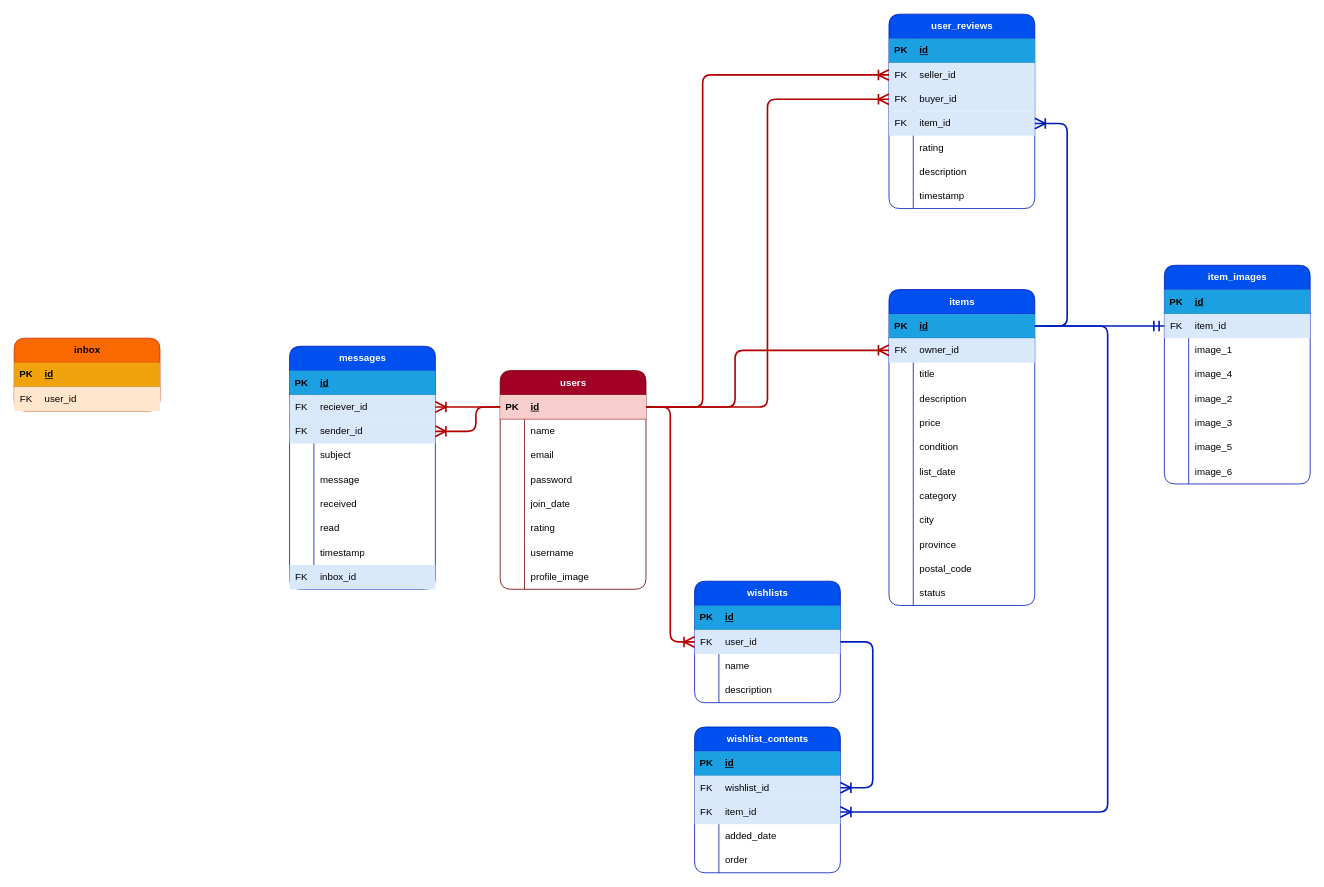
The draw.io diagram _auxiliary/erd_diagram/JX_DB_diagram.drawio in AlexTamayo/JX, before the edit. Source tidied: cells renumbered, new cells numbered last; positions are measured from the earlier drawing's top-left corner, leaving out a move shared by most shapes. Both pictures are drawn from the tidied source at 81%, with x=0, y=0 at pixel (14, 14).
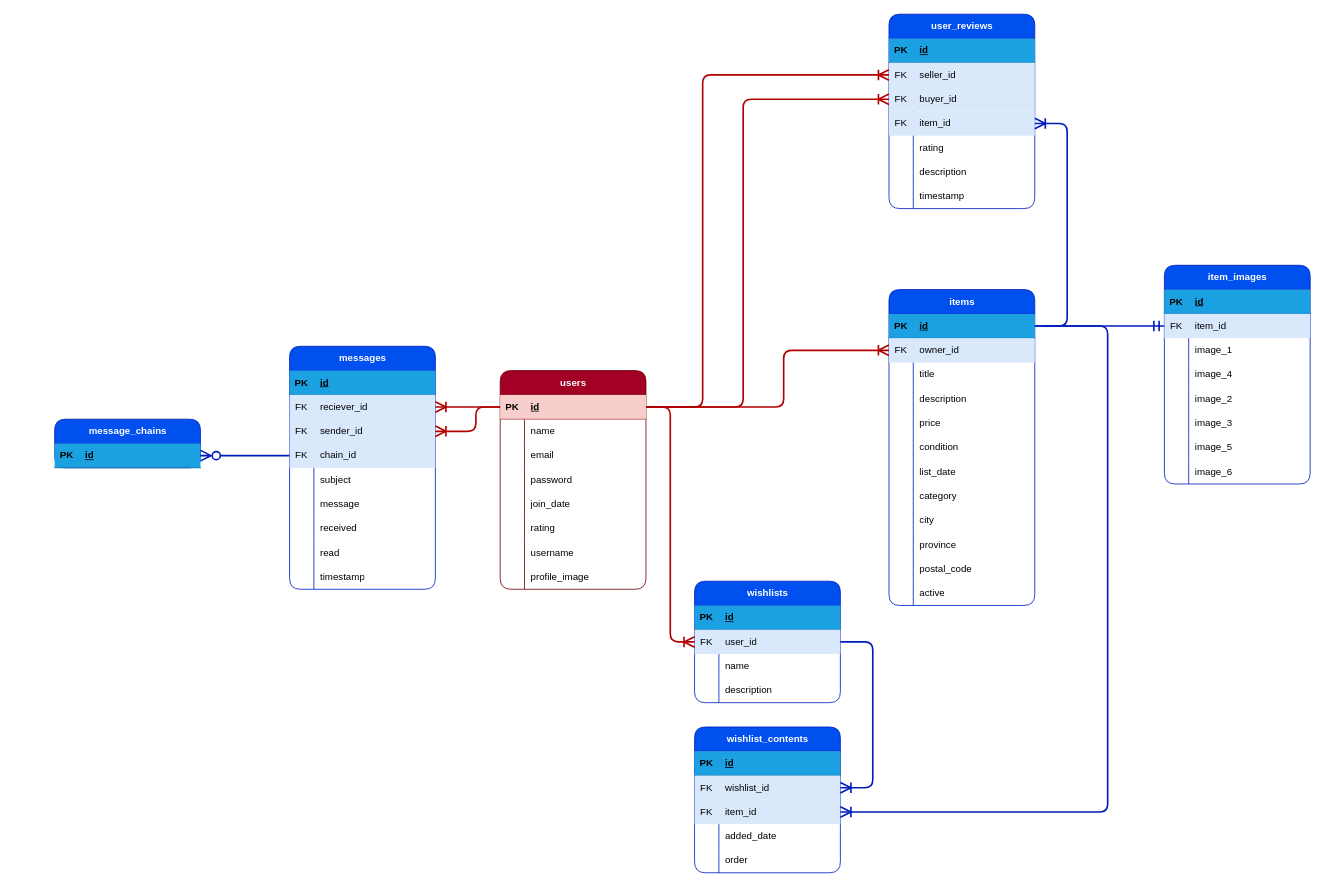
The same page after the edit.

Commit message (it also covers changes not shown here):
Change ERD schema, start SQL database declarations

The change refers to these unchanged cells:
```xml
<mxCell id="3" style="shape=tableRow;horizontal=0;startSize=0;swimlaneHead=0;swimlaneBody=0;fillColor=#f8cecc;points=[[0,0.5],[1,0.5]];portConstraint=eastwest;top=0;left=0;right=0;bottom=1;strokeColor=#b85450;" parent="2" vertex="1">
  <mxGeometry y="30" width="180" height="30" as="geometry" />
</mxCell>
<mxCell id="31" style="shape=tableRow;horizontal=0;startSize=0;swimlaneHead=0;swimlaneBody=0;fillColor=#dae8fc;points=[[0,0.5],[1,0.5]];portConstraint=eastwest;top=0;left=0;right=0;bottom=0;strokeColor=#6c8ebf;" parent="27" vertex="1">
  <mxGeometry y="60" width="180" height="30" as="geometry" />
</mxCell>
<mxCell id="61" style="shape=tableRow;horizontal=0;startSize=0;swimlaneHead=0;swimlaneBody=0;fillColor=none;top=0;left=0;right=0;bottom=0;" parent="27" vertex="1">
  <mxGeometry y="360" width="180" height="30" as="geometry" />
</mxCell>
<mxCell id="91" style="shape=tableRow;horizontal=0;startSize=0;swimlaneHead=0;swimlaneBody=0;fillColor=#dae8fc;points=[[0,0.5],[1,0.5]];portConstraint=eastwest;top=0;left=0;right=0;bottom=0;strokeColor=#6c8ebf;" parent="84" vertex="1">
  <mxGeometry y="90" width="180" height="30" as="geometry" />
</mxCell>
<mxCell id="122" value="messages" style="shape=table;startSize=30;childLayout=tableLayout;rowLines=0;fontStyle=1;align=center;html=1;fillColor=#0050ef;fontColor=#ffffff;strokeColor=#001DBC;rounded=1;" parent="1" vertex="1">
  <mxGeometry x="340" y="410" width="180" height="300" as="geometry" />
</mxCell>
```

The edit, as a diff of the source:
```diff
@@
-    <mxCell id="63" value="status" style="shape=partialRectangle;fillColor=none;top=0;left=0;bottom=0;right=0;align=left;spacingLeft=6;overflow=hidden;whiteSpace=wrap;html=1;" parent="61" vertex="1">
+    <mxCell id="63" value="active" style="shape=partialRectangle;fillColor=none;top=0;left=0;bottom=0;right=0;align=left;spacingLeft=6;overflow=hidden;whiteSpace=wrap;html=1;" parent="61" vertex="1">
       <mxGeometry x="30" width="150" height="30" as="geometry" />
     </mxCell>
-    <mxCell id="64" value="inbox" style="shape=table;startSize=30;childLayout=tableLayout;rowLines=0;fontStyle=1;align=center;html=1;rounded=1;fillColor=#fa6800;fontColor=#000000;strokeColor=#C73500;" parent="1" vertex="1">
-      <mxGeometry y="400" width="180" height="90" as="geometry" />
-    </mxCell>
-    <mxCell id="65" style="shape=tableRow;horizontal=0;startSize=0;swimlaneHead=0;swimlaneBody=0;fillColor=#f0a30a;top=0;left=0;right=0;bottom=1;fontColor=#000000;strokeColor=#BD7000;" parent="64" vertex="1">
-      <mxGeometry y="30" width="180" height="30" as="geometry" />
-    </mxCell>
-    <mxCell id="66" value="PK" style="shape=partialRectangle;fillColor=none;top=0;left=0;bottom=0;right=0;fontStyle=1;overflow=hidden;whiteSpace=wrap;html=1;" parent="65" vertex="1">
-      <mxGeometry width="30" height="30" as="geometry" />
-    </mxCell>
-    <mxCell id="67" value="id" style="shape=partialRectangle;fillColor=none;top=0;left=0;bottom=0;right=0;align=left;spacingLeft=6;fontStyle=5;overflow=hidden;whiteSpace=wrap;html=1;" parent="65" vertex="1">
-      <mxGeometry x="30" width="150" height="30" as="geometry" />
-    </mxCell>
-    <mxCell id="68" style="shape=tableRow;horizontal=0;startSize=0;swimlaneHead=0;swimlaneBody=0;fillColor=#ffe6cc;top=0;left=0;right=0;bottom=0;strokeColor=#d79b00;" parent="64" vertex="1">
-      <mxGeometry y="60" width="180" height="30" as="geometry" />
-    </mxCell>
-    <mxCell id="69" value="FK" style="shape=partialRectangle;fillColor=none;top=0;left=0;bottom=0;right=0;overflow=hidden;whiteSpace=wrap;html=1;" parent="68" vertex="1">
-      <mxGeometry width="30" height="30" as="geometry" />
-    </mxCell>
-    <mxCell id="70" value="user_id" style="shape=partialRectangle;fillColor=none;top=0;left=0;bottom=0;right=0;align=left;spacingLeft=6;overflow=hidden;whiteSpace=wrap;html=1;" parent="68" vertex="1">
-      <mxGeometry x="30" width="150" height="30" as="geometry" />
-    </mxCell>
@@
-    <mxCell id="132" style="shape=tableRow;horizontal=0;startSize=0;swimlaneHead=0;swimlaneBody=0;fillColor=none;points=[[0,0.5],[1,0.5]];portConstraint=eastwest;top=0;left=0;right=0;bottom=0;" parent="122" vertex="1">
+    <mxCell id="132" style="shape=tableRow;horizontal=0;startSize=0;swimlaneHead=0;swimlaneBody=0;fillColor=#dae8fc;points=[[0,0.5],[1,0.5]];portConstraint=eastwest;top=0;left=0;right=0;bottom=0;strokeColor=#6c8ebf;" parent="122" vertex="1">
       <mxGeometry y="120" width="180" height="30" as="geometry" />
     </mxCell>
-    <mxCell id="133" style="shape=partialRectangle;fillColor=none;top=0;left=0;bottom=0;right=0;overflow=hidden;whiteSpace=wrap;html=1;" parent="132" vertex="1">
+    <mxCell id="133" value="FK" style="shape=partialRectangle;fillColor=none;top=0;left=0;bottom=0;right=0;overflow=hidden;whiteSpace=wrap;html=1;" parent="132" vertex="1">
       <mxGeometry width="30" height="30" as="geometry" />
     </mxCell>
-    <mxCell id="134" value="subject" style="shape=partialRectangle;fillColor=none;top=0;left=0;bottom=0;right=0;align=left;spacingLeft=6;overflow=hidden;whiteSpace=wrap;html=1;" parent="132" vertex="1">
+    <mxCell id="134" value="chain_id" style="shape=partialRectangle;fillColor=none;top=0;left=0;bottom=0;right=0;align=left;spacingLeft=6;overflow=hidden;whiteSpace=wrap;html=1;" parent="132" vertex="1">
       <mxGeometry x="30" width="150" height="30" as="geometry" />
     </mxCell>
+    <mxCell id="185" style="shape=tableRow;horizontal=0;startSize=0;swimlaneHead=0;swimlaneBody=0;fillColor=none;top=0;left=0;right=0;bottom=0;" parent="122" vertex="1">
+      <mxGeometry y="150" width="180" height="30" as="geometry" />
+    </mxCell>
+    <mxCell id="186" style="shape=partialRectangle;fillColor=none;top=0;left=0;bottom=0;right=0;overflow=hidden;whiteSpace=wrap;html=1;" parent="185" vertex="1">
+      <mxGeometry width="30" height="30" as="geometry" />
+    </mxCell>
+    <mxCell id="187" value="subject" style="shape=partialRectangle;fillColor=none;top=0;left=0;bottom=0;right=0;align=left;spacingLeft=6;overflow=hidden;whiteSpace=wrap;html=1;" parent="185" vertex="1">
+      <mxGeometry x="30" width="150" height="30" as="geometry" />
+    </mxCell>
     <mxCell id="135" style="shape=tableRow;horizontal=0;startSize=0;swimlaneHead=0;swimlaneBody=0;fillColor=none;top=0;left=0;right=0;bottom=0;" parent="122" vertex="1">
-      <mxGeometry y="150" width="180" height="30" as="geometry" />
+      <mxGeometry y="180" width="180" height="30" as="geometry" />
     </mxCell>
@@
     <mxCell id="138" style="shape=tableRow;horizontal=0;startSize=0;swimlaneHead=0;swimlaneBody=0;fillColor=none;top=0;left=0;right=0;bottom=0;" parent="122" vertex="1">
-      <mxGeometry y="180" width="180" height="30" as="geometry" />
+      <mxGeometry y="210" width="180" height="30" as="geometry" />
     </mxCell>
@@
     <mxCell id="141" style="shape=tableRow;horizontal=0;startSize=0;swimlaneHead=0;swimlaneBody=0;fillColor=none;top=0;left=0;right=0;bottom=0;" parent="122" vertex="1">
-      <mxGeometry y="210" width="180" height="30" as="geometry" />
+      <mxGeometry y="240" width="180" height="30" as="geometry" />
     </mxCell>
@@
     <mxCell id="144" style="shape=tableRow;horizontal=0;startSize=0;swimlaneHead=0;swimlaneBody=0;fillColor=none;top=0;left=0;right=0;bottom=0;" parent="122" vertex="1">
-      <mxGeometry y="240" width="180" height="30" as="geometry" />
+      <mxGeometry y="270" width="180" height="30" as="geometry" />
     </mxCell>
@@
-    <mxCell id="147" style="shape=tableRow;horizontal=0;startSize=0;swimlaneHead=0;swimlaneBody=0;fillColor=#dae8fc;top=0;left=0;right=0;bottom=0;strokeColor=#6c8ebf;" parent="122" vertex="1">
-      <mxGeometry y="270" width="180" height="30" as="geometry" />
-    </mxCell>
-    <mxCell id="148" value="FK" style="shape=partialRectangle;fillColor=none;top=0;left=0;bottom=0;right=0;overflow=hidden;whiteSpace=wrap;html=1;" parent="147" vertex="1">
-      <mxGeometry width="30" height="30" as="geometry" />
-    </mxCell>
-    <mxCell id="149" value="inbox_id" style="shape=partialRectangle;fillColor=none;top=0;left=0;bottom=0;right=0;align=left;spacingLeft=6;overflow=hidden;whiteSpace=wrap;html=1;" parent="147" vertex="1">
-      <mxGeometry x="30" width="150" height="30" as="geometry" />
-    </mxCell>
     <mxCell id="150" style="edgeStyle=orthogonalEdgeStyle;fontSize=12;html=1;endArrow=ERoneToMany;startArrow=none;rounded=1;endSize=10;startSize=10;fillColor=#e51400;strokeColor=#B20000;strokeWidth=2;endFill=0;startFill=0;entryX=0;entryY=0.5;entryDx=0;entryDy=0;exitX=1;exitY=0.5;exitDx=0;exitDy=0;" parent="1" edge="1" source="3" target="91">
-      <mxGeometry relative="1" as="geometry" />
+      <mxGeometry relative="1" as="geometry">
+        <Array as="points">
+          <mxPoint x="900" y="485" />
+          <mxPoint x="900" y="105" />
+        </Array>
+      </mxGeometry>
     </mxCell>
@@
     <mxCell id="158" style="edgeStyle=orthogonalEdgeStyle;fontSize=12;html=1;endArrow=ERoneToMany;startArrow=none;rounded=1;endSize=10;startSize=10;fillColor=#e51400;strokeColor=#B20000;strokeWidth=2;exitX=1;exitY=0.5;exitDx=0;exitDy=0;endFill=0;startFill=0;" parent="1" edge="1" source="3" target="31">
       <mxGeometry relative="1" as="geometry">
         <Array as="points">
-          <mxPoint x="890" y="485" />
-          <mxPoint x="890" y="415" />
+          <mxPoint x="950" y="485" />
+          <mxPoint x="950" y="415" />
         </Array>
       </mxGeometry>
     </mxCell>
@@
+    <mxCell id="188" value="message_chains" style="shape=table;startSize=30;childLayout=tableLayout;rowLines=0;fontStyle=1;align=center;html=1;fillColor=#0050ef;fontColor=#ffffff;strokeColor=#001DBC;rounded=1;" parent="1" vertex="1">
+      <mxGeometry x="50" y="500" width="180" height="60" as="geometry" />
+    </mxCell>
+    <mxCell id="189" style="shape=tableRow;horizontal=0;startSize=0;swimlaneHead=0;swimlaneBody=0;fillColor=#1ba1e2;points=[[0,0.5],[1,0.5]];portConstraint=eastwest;top=0;left=0;right=0;bottom=1;fontColor=#ffffff;strokeColor=#006EAF;" parent="188" vertex="1">
+      <mxGeometry y="30" width="180" height="30" as="geometry" />
+    </mxCell>
+    <mxCell id="66" value="PK" style="shape=partialRectangle;fillColor=none;top=0;left=0;bottom=0;right=0;fontStyle=1;overflow=hidden;whiteSpace=wrap;html=1;" parent="189" vertex="1">
+      <mxGeometry width="30" height="30" as="geometry" />
+    </mxCell>
+    <mxCell id="67" value="id" style="shape=partialRectangle;fillColor=none;top=0;left=0;bottom=0;right=0;align=left;spacingLeft=6;fontStyle=5;overflow=hidden;whiteSpace=wrap;html=1;" parent="189" vertex="1">
+      <mxGeometry x="30" width="150" height="30" as="geometry" />
+    </mxCell>
+    <mxCell id="190" style="edgeStyle=orthogonalEdgeStyle;fontSize=12;html=1;endArrow=none;startArrow=ERzeroToMany;rounded=1;endSize=10;startSize=10;fillColor=#0050ef;strokeColor=#001DBC;strokeWidth=2;endFill=0;startFill=0;exitX=1;exitY=0.5;exitDx=0;exitDy=0;entryX=0;entryY=0.5;entryDx=0;entryDy=0;" parent="1" edge="1" source="189" target="132">
+      <mxGeometry relative="1" as="geometry">
+        <Array as="points">
+          <mxPoint x="290" y="545" />
+          <mxPoint x="290" y="545" />
+        </Array>
+      </mxGeometry>
+    </mxCell>
```
